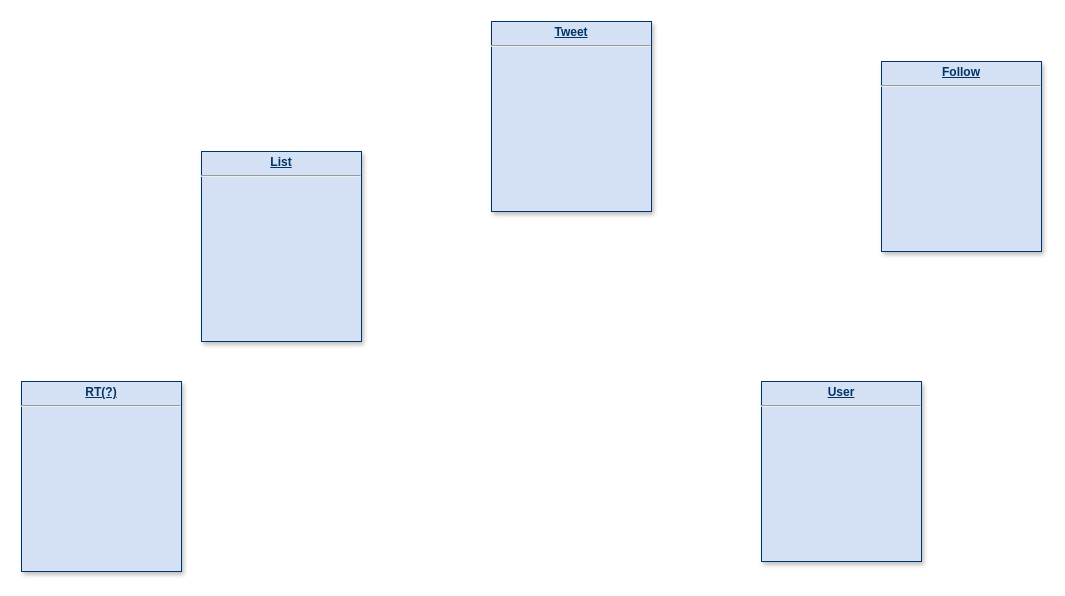
Above: Untitled Diagram.drawio in fuwa-syugyo/hello-world (draw.io), before the change. Source tidied: cells renumbered, new cells numbered last; positions are measured from the earlier drawing's top-left corner, leaving out a move shared by most shapes. Both pictures are drawn from the tidied source at 100%, with x=0, y=0 at pixel (21, 21).
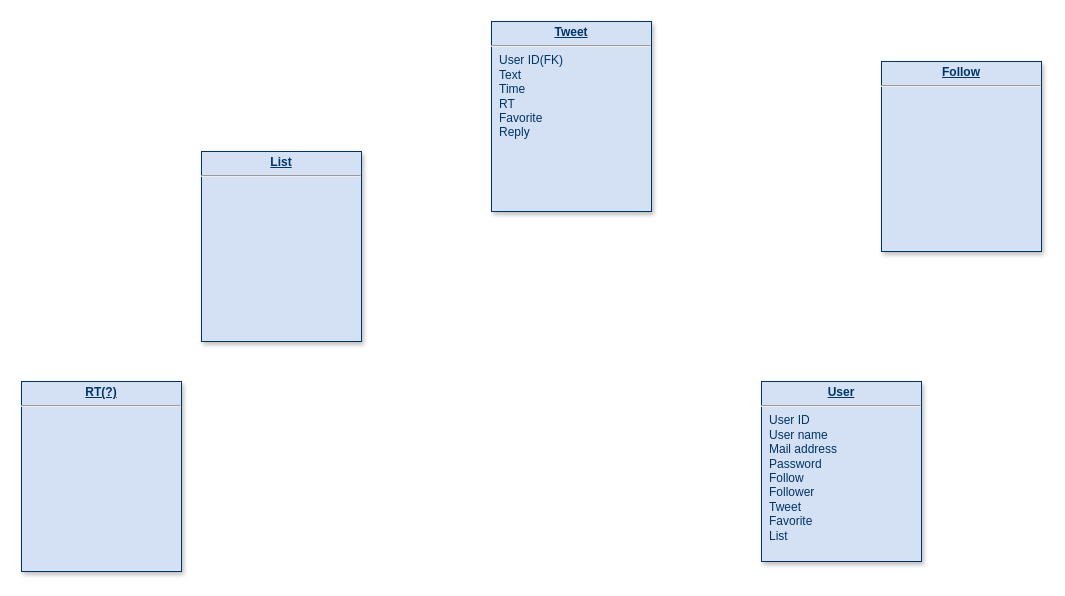
After the change.

The edit, as a diff of the source:
```diff
@@
 <mxGraphModel>
   <root>
     <mxCell id="0" />
     <mxCell id="1" parent="0" />
-    <mxCell id="2" value="&lt;p style=&quot;margin: 0px ; margin-top: 4px ; text-align: center ; text-decoration: underline&quot;&gt;&lt;strong&gt;User&lt;/strong&gt;&lt;/p&gt;&lt;hr&gt;&lt;p style=&quot;margin: 0px ; margin-left: 8px&quot;&gt;&lt;br&gt;&lt;/p&gt;" style="verticalAlign=top;align=left;overflow=fill;fontSize=12;fontFamily=Helvetica;html=1;strokeColor=#003366;shadow=1;fillColor=#D4E1F5;fontColor=#003366;" parent="1" vertex="1">
+    <mxCell id="2" value="&lt;p style=&quot;margin: 0px ; margin-top: 4px ; text-align: center ; text-decoration: underline&quot;&gt;&lt;strong&gt;User&lt;/strong&gt;&lt;/p&gt;&lt;hr&gt;&lt;p style=&quot;margin: 0px ; margin-left: 8px&quot;&gt;User ID&lt;/p&gt;&lt;p style=&quot;margin: 0px ; margin-left: 8px&quot;&gt;User name&lt;/p&gt;&lt;p style=&quot;margin: 0px ; margin-left: 8px&quot;&gt;Mail address&lt;/p&gt;&lt;p style=&quot;margin: 0px ; margin-left: 8px&quot;&gt;Password&lt;/p&gt;&lt;p style=&quot;margin: 0px ; margin-left: 8px&quot;&gt;Follow&lt;/p&gt;&lt;p style=&quot;margin: 0px ; margin-left: 8px&quot;&gt;Follower&lt;/p&gt;&lt;p style=&quot;margin: 0px ; margin-left: 8px&quot;&gt;Tweet&lt;/p&gt;&lt;p style=&quot;margin: 0px ; margin-left: 8px&quot;&gt;Favorite&lt;/p&gt;&lt;p style=&quot;margin: 0px ; margin-left: 8px&quot;&gt;List&lt;/p&gt;&lt;p style=&quot;margin: 0px ; margin-left: 8px&quot;&gt;&lt;br&gt;&lt;/p&gt;" style="verticalAlign=top;align=left;overflow=fill;fontSize=12;fontFamily=Helvetica;html=1;strokeColor=#003366;shadow=1;fillColor=#D4E1F5;fontColor=#003366;" parent="1" vertex="1">
       <mxGeometry x="740" y="360" width="160" height="180" as="geometry" />
     </mxCell>
-    <mxCell id="3" value="&lt;p style=&quot;margin: 0px ; margin-top: 4px ; text-align: center ; text-decoration: underline&quot;&gt;&lt;strong&gt;Tweet&lt;/strong&gt;&lt;/p&gt;&lt;hr&gt;&lt;p style=&quot;margin: 0px ; margin-left: 8px&quot;&gt;&lt;br&gt;&lt;/p&gt;" style="verticalAlign=top;align=left;overflow=fill;fontSize=12;fontFamily=Helvetica;html=1;strokeColor=#003366;shadow=1;fillColor=#D4E1F5;fontColor=#003366;" parent="1" vertex="1">
+    <mxCell id="3" value="&lt;p style=&quot;margin: 0px ; margin-top: 4px ; text-align: center ; text-decoration: underline&quot;&gt;&lt;strong&gt;Tweet&lt;/strong&gt;&lt;/p&gt;&lt;hr&gt;&lt;p style=&quot;margin: 0px ; margin-left: 8px&quot;&gt;User ID(FK)&lt;/p&gt;&lt;p style=&quot;margin: 0px ; margin-left: 8px&quot;&gt;Text&lt;/p&gt;&lt;p style=&quot;margin: 0px ; margin-left: 8px&quot;&gt;Time&lt;/p&gt;&lt;p style=&quot;margin: 0px ; margin-left: 8px&quot;&gt;RT&lt;/p&gt;&lt;p style=&quot;margin: 0px ; margin-left: 8px&quot;&gt;Favorite&lt;/p&gt;&lt;p style=&quot;margin: 0px ; margin-left: 8px&quot;&gt;Reply&lt;/p&gt;" style="verticalAlign=top;align=left;overflow=fill;fontSize=12;fontFamily=Helvetica;html=1;strokeColor=#003366;shadow=1;fillColor=#D4E1F5;fontColor=#003366;" parent="1" vertex="1">
       <mxGeometry x="470" width="160" height="190" as="geometry" />
     </mxCell>
     <mxCell id="4" value="&lt;p style=&quot;margin: 0px ; margin-top: 4px ; text-align: center ; text-decoration: underline&quot;&gt;&lt;b&gt;List&lt;/b&gt;&lt;/p&gt;&lt;hr&gt;&lt;p style=&quot;margin: 0px ; margin-left: 8px&quot;&gt;&lt;br&gt;&lt;/p&gt;" style="verticalAlign=top;align=left;overflow=fill;fontSize=12;fontFamily=Helvetica;html=1;strokeColor=#003366;shadow=1;fillColor=#D4E1F5;fontColor=#003366;" parent="1" vertex="1">
       <mxGeometry x="180" y="130" width="160" height="190" as="geometry" />
     </mxCell>
     <mxCell id="5" value="&lt;p style=&quot;margin: 0px ; margin-top: 4px ; text-align: center ; text-decoration: underline&quot;&gt;&lt;b&gt;Follow&lt;/b&gt;&lt;/p&gt;&lt;hr&gt;&lt;p style=&quot;margin: 0px ; margin-left: 8px&quot;&gt;&lt;br&gt;&lt;/p&gt;" style="verticalAlign=top;align=left;overflow=fill;fontSize=12;fontFamily=Helvetica;html=1;strokeColor=#003366;shadow=1;fillColor=#D4E1F5;fontColor=#003366;" parent="1" vertex="1">
       <mxGeometry x="860" y="40" width="160" height="190" as="geometry" />
     </mxCell>
     <mxCell id="6" value="&lt;p style=&quot;margin: 0px ; margin-top: 4px ; text-align: center ; text-decoration: underline&quot;&gt;&lt;b&gt;RT(?)&lt;/b&gt;&lt;/p&gt;&lt;hr&gt;&lt;p style=&quot;margin: 0px ; margin-left: 8px&quot;&gt;&lt;br&gt;&lt;/p&gt;" style="verticalAlign=top;align=left;overflow=fill;fontSize=12;fontFamily=Helvetica;html=1;strokeColor=#003366;shadow=1;fillColor=#D4E1F5;fontColor=#003366;" parent="1" vertex="1">
       <mxGeometry y="360" width="160" height="190" as="geometry" />
     </mxCell>
   </root>
 </mxGraphModel>
```
